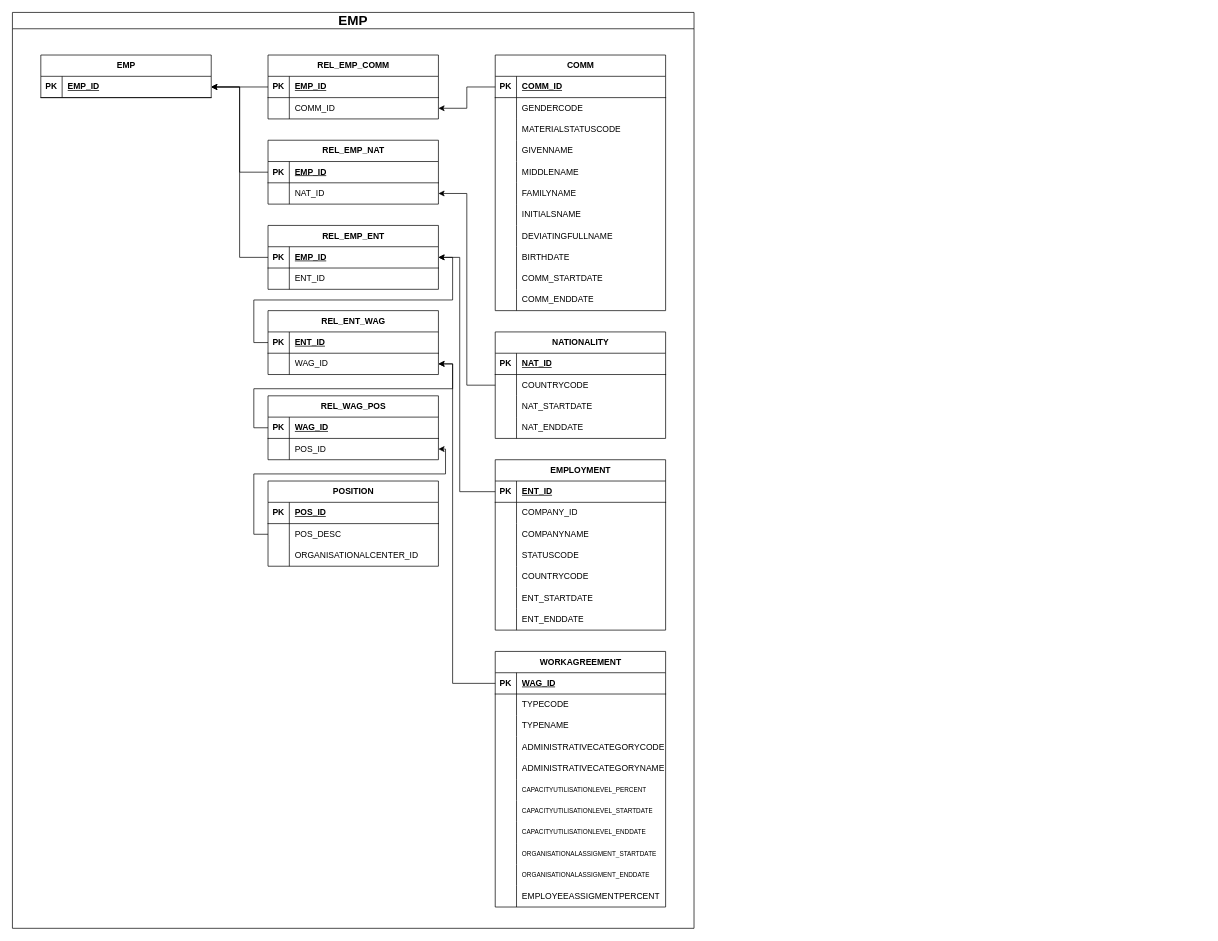
Before: page "DDS" (2 of 2) of HR_dataflow.drawio.xml in NEgorE/I1_CSC, a draw.io diagram. Source tidied: cells renumbered, new cells numbered last; positions are measured from the earlier drawing's top-left corner, leaving out a move shared by most shapes. Both pictures are drawn from the tidied source at 71%, with x=0, y=0 at pixel (12, 12).
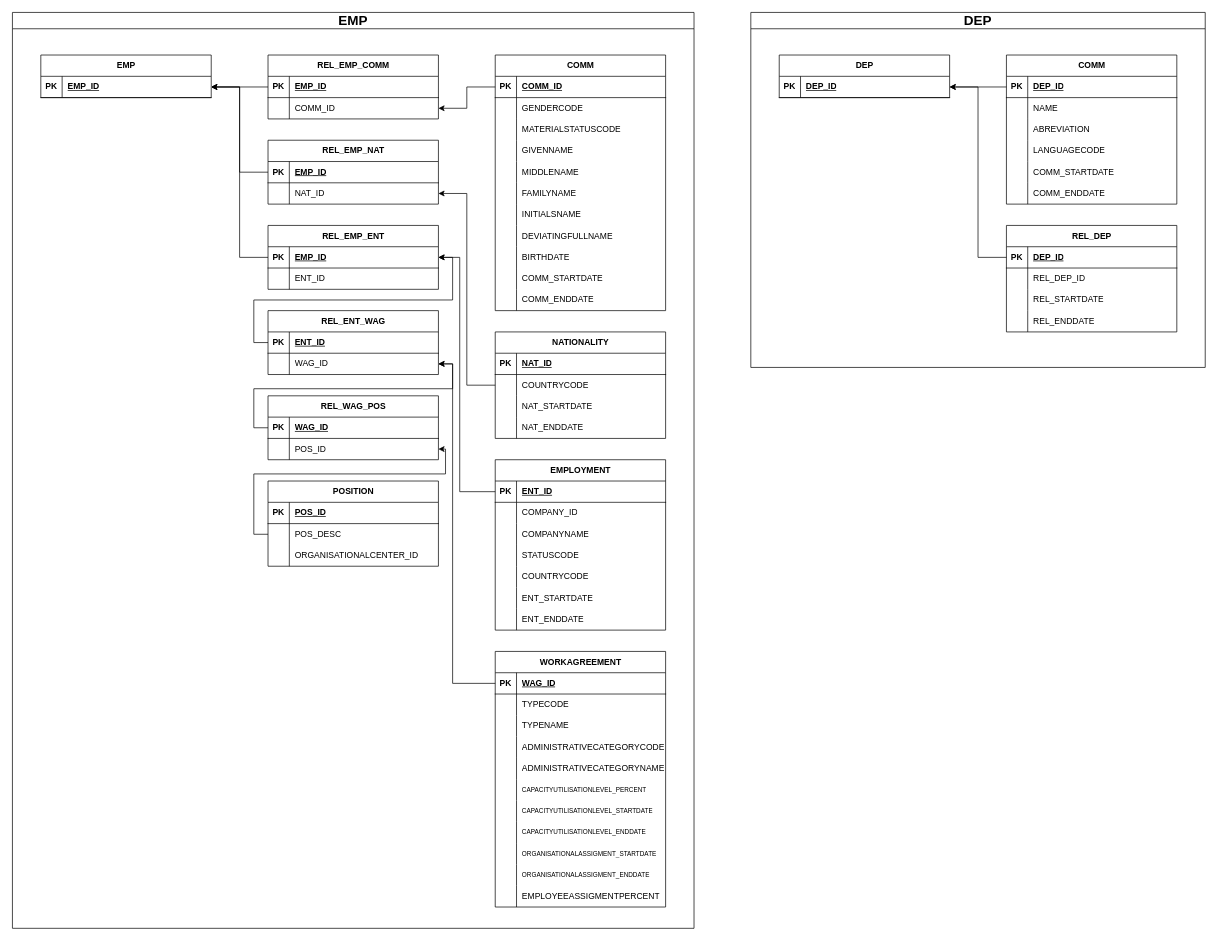
The same diagram, later.

Diff of the diagram source:
```diff
@@
+    <mxCell id="165" value="DEP" style="swimlane;whiteSpace=wrap;html=1;fontSize=19;startSize=23;" parent="1" vertex="1">
+      <mxGeometry x="1040" width="640" height="500" as="geometry" />
+    </mxCell>
+    <mxCell id="166" value="DEP" style="shape=table;startSize=30;childLayout=tableLayout;rowLines=0;fontStyle=1;align=center;html=1;" parent="165" vertex="1">
+      <mxGeometry x="40" y="60" width="240" height="60" as="geometry" />
+    </mxCell>
+    <mxCell id="167" style="shape=tableRow;horizontal=0;startSize=0;swimlaneHead=0;swimlaneBody=0;fillColor=none;points=[[0,0.5],[1,0.5]];portConstraint=eastwest;top=0;left=0;right=0;bottom=1;" parent="166" vertex="1">
+      <mxGeometry y="30" width="240" height="30" as="geometry" />
+    </mxCell>
+    <mxCell id="168" value="PK" style="shape=partialRectangle;fillColor=none;top=0;left=0;bottom=0;right=0;fontStyle=1;overflow=hidden;whiteSpace=wrap;html=1;" parent="167" vertex="1">
+      <mxGeometry width="30" height="30" as="geometry" />
+    </mxCell>
+    <mxCell id="169" value="DEP_ID" style="shape=partialRectangle;fillColor=none;top=0;left=0;bottom=0;right=0;align=left;spacingLeft=6;fontStyle=5;overflow=hidden;whiteSpace=wrap;html=1;" parent="167" vertex="1">
+      <mxGeometry x="30" width="210" height="30" as="geometry" />
+    </mxCell>
+    <mxCell id="170" value="COMM" style="shape=table;startSize=30;childLayout=tableLayout;rowLines=0;fontStyle=1;align=center;html=1;" parent="165" vertex="1">
+      <mxGeometry x="360" y="60" width="240" height="210" as="geometry" />
+    </mxCell>
+    <mxCell id="171" style="shape=tableRow;horizontal=0;startSize=0;swimlaneHead=0;swimlaneBody=0;fillColor=none;points=[[0,0.5],[1,0.5]];portConstraint=eastwest;top=0;left=0;right=0;bottom=1;" parent="170" vertex="1">
+      <mxGeometry y="30" width="240" height="30" as="geometry" />
+    </mxCell>
+    <mxCell id="172" value="PK" style="shape=partialRectangle;fillColor=none;top=0;left=0;bottom=0;right=0;fontStyle=1;overflow=hidden;whiteSpace=wrap;html=1;" parent="171" vertex="1">
+      <mxGeometry width="30" height="30" as="geometry" />
+    </mxCell>
+    <mxCell id="173" value="DEP_ID" style="shape=partialRectangle;fillColor=none;top=0;left=0;bottom=0;right=0;align=left;spacingLeft=6;fontStyle=5;overflow=hidden;whiteSpace=wrap;html=1;" parent="171" vertex="1">
+      <mxGeometry x="30" width="210" height="30" as="geometry" />
+    </mxCell>
+    <mxCell id="174" style="shape=tableRow;horizontal=0;startSize=0;swimlaneHead=0;swimlaneBody=0;fillColor=none;top=0;left=0;right=0;bottom=0;" parent="170" vertex="1">
+      <mxGeometry y="60" width="240" height="30" as="geometry" />
+    </mxCell>
+    <mxCell id="175" style="shape=partialRectangle;fillColor=none;top=0;left=0;bottom=0;right=0;overflow=hidden;whiteSpace=wrap;html=1;" parent="174" vertex="1">
+      <mxGeometry width="30" height="30" as="geometry" />
+    </mxCell>
+    <mxCell id="176" value="NAME" style="shape=partialRectangle;fillColor=none;top=0;left=0;bottom=0;right=0;align=left;spacingLeft=6;overflow=hidden;whiteSpace=wrap;html=1;" parent="174" vertex="1">
+      <mxGeometry x="30" width="210" height="30" as="geometry" />
+    </mxCell>
+    <mxCell id="177" style="shape=tableRow;horizontal=0;startSize=0;swimlaneHead=0;swimlaneBody=0;fillColor=none;top=0;left=0;right=0;bottom=0;" parent="170" vertex="1">
+      <mxGeometry y="90" width="240" height="30" as="geometry" />
+    </mxCell>
+    <mxCell id="178" style="shape=partialRectangle;fillColor=none;top=0;left=0;bottom=0;right=0;overflow=hidden;whiteSpace=wrap;html=1;" parent="177" vertex="1">
+      <mxGeometry width="30" height="30" as="geometry" />
+    </mxCell>
+    <mxCell id="179" value="ABREVIATION" style="shape=partialRectangle;fillColor=none;top=0;left=0;bottom=0;right=0;align=left;spacingLeft=6;overflow=hidden;whiteSpace=wrap;html=1;" parent="177" vertex="1">
+      <mxGeometry x="30" width="210" height="30" as="geometry" />
+    </mxCell>
+    <mxCell id="180" style="shape=tableRow;horizontal=0;startSize=0;swimlaneHead=0;swimlaneBody=0;fillColor=none;top=0;left=0;right=0;bottom=0;" parent="170" vertex="1">
+      <mxGeometry y="120" width="240" height="30" as="geometry" />
+    </mxCell>
+    <mxCell id="181" style="shape=partialRectangle;fillColor=none;top=0;left=0;bottom=0;right=0;overflow=hidden;whiteSpace=wrap;html=1;" parent="180" vertex="1">
+      <mxGeometry width="30" height="30" as="geometry" />
+    </mxCell>
+    <mxCell id="182" value="LANGUAGECODE" style="shape=partialRectangle;fillColor=none;top=0;left=0;bottom=0;right=0;align=left;spacingLeft=6;overflow=hidden;whiteSpace=wrap;html=1;" parent="180" vertex="1">
+      <mxGeometry x="30" width="210" height="30" as="geometry" />
+    </mxCell>
+    <mxCell id="183" style="shape=tableRow;horizontal=0;startSize=0;swimlaneHead=0;swimlaneBody=0;fillColor=none;top=0;left=0;right=0;bottom=0;" parent="170" vertex="1">
+      <mxGeometry y="150" width="240" height="30" as="geometry" />
+    </mxCell>
+    <mxCell id="184" style="shape=partialRectangle;fillColor=none;top=0;left=0;bottom=0;right=0;overflow=hidden;whiteSpace=wrap;html=1;" parent="183" vertex="1">
+      <mxGeometry width="30" height="30" as="geometry" />
+    </mxCell>
+    <mxCell id="185" value="COMM_STARTDATE" style="shape=partialRectangle;fillColor=none;top=0;left=0;bottom=0;right=0;align=left;spacingLeft=6;overflow=hidden;whiteSpace=wrap;html=1;" parent="183" vertex="1">
+      <mxGeometry x="30" width="210" height="30" as="geometry" />
+    </mxCell>
+    <mxCell id="186" style="shape=tableRow;horizontal=0;startSize=0;swimlaneHead=0;swimlaneBody=0;fillColor=none;top=0;left=0;right=0;bottom=0;" parent="170" vertex="1">
+      <mxGeometry y="180" width="240" height="30" as="geometry" />
+    </mxCell>
+    <mxCell id="187" style="shape=partialRectangle;fillColor=none;top=0;left=0;bottom=0;right=0;overflow=hidden;whiteSpace=wrap;html=1;" parent="186" vertex="1">
+      <mxGeometry width="30" height="30" as="geometry" />
+    </mxCell>
+    <mxCell id="188" value="COMM_ENDDATE" style="shape=partialRectangle;fillColor=none;top=0;left=0;bottom=0;right=0;align=left;spacingLeft=6;overflow=hidden;whiteSpace=wrap;html=1;" parent="186" vertex="1">
+      <mxGeometry x="30" width="210" height="30" as="geometry" />
+    </mxCell>
+    <mxCell id="189" value="REL_DEP" style="shape=table;startSize=30;childLayout=tableLayout;rowLines=0;fontStyle=1;align=center;html=1;" parent="165" vertex="1">
+      <mxGeometry x="360" y="300" width="240" height="150" as="geometry" />
+    </mxCell>
+    <mxCell id="190" style="shape=tableRow;horizontal=0;startSize=0;swimlaneHead=0;swimlaneBody=0;fillColor=none;points=[[0,0.5],[1,0.5]];portConstraint=eastwest;top=0;left=0;right=0;bottom=1;" parent="189" vertex="1">
+      <mxGeometry y="30" width="240" height="30" as="geometry" />
+    </mxCell>
+    <mxCell id="191" value="PK" style="shape=partialRectangle;fillColor=none;top=0;left=0;bottom=0;right=0;fontStyle=1;overflow=hidden;whiteSpace=wrap;html=1;" parent="190" vertex="1">
+      <mxGeometry width="30" height="30" as="geometry" />
+    </mxCell>
+    <mxCell id="192" value="DEP_ID" style="shape=partialRectangle;fillColor=none;top=0;left=0;bottom=0;right=0;align=left;spacingLeft=6;fontStyle=5;overflow=hidden;whiteSpace=wrap;html=1;" parent="190" vertex="1">
+      <mxGeometry x="30" width="210" height="30" as="geometry" />
+    </mxCell>
+    <mxCell id="193" style="shape=tableRow;horizontal=0;startSize=0;swimlaneHead=0;swimlaneBody=0;fillColor=none;top=0;left=0;right=0;bottom=0;" parent="189" vertex="1">
+      <mxGeometry y="60" width="240" height="30" as="geometry" />
+    </mxCell>
+    <mxCell id="194" style="shape=partialRectangle;fillColor=none;top=0;left=0;bottom=0;right=0;overflow=hidden;whiteSpace=wrap;html=1;" parent="193" vertex="1">
+      <mxGeometry width="30" height="30" as="geometry" />
+    </mxCell>
+    <mxCell id="195" value="REL_DEP_ID" style="shape=partialRectangle;fillColor=none;top=0;left=0;bottom=0;right=0;align=left;spacingLeft=6;overflow=hidden;whiteSpace=wrap;html=1;" parent="193" vertex="1">
+      <mxGeometry x="30" width="210" height="30" as="geometry" />
+    </mxCell>
+    <mxCell id="196" style="shape=tableRow;horizontal=0;startSize=0;swimlaneHead=0;swimlaneBody=0;fillColor=none;top=0;left=0;right=0;bottom=0;" parent="189" vertex="1">
+      <mxGeometry y="90" width="240" height="30" as="geometry" />
+    </mxCell>
+    <mxCell id="197" style="shape=partialRectangle;fillColor=none;top=0;left=0;bottom=0;right=0;overflow=hidden;whiteSpace=wrap;html=1;" parent="196" vertex="1">
+      <mxGeometry width="30" height="30" as="geometry" />
+    </mxCell>
+    <mxCell id="198" value="REL_STARTDATE" style="shape=partialRectangle;fillColor=none;top=0;left=0;bottom=0;right=0;align=left;spacingLeft=6;overflow=hidden;whiteSpace=wrap;html=1;" parent="196" vertex="1">
+      <mxGeometry x="30" width="210" height="30" as="geometry" />
+    </mxCell>
+    <mxCell id="199" style="shape=tableRow;horizontal=0;startSize=0;swimlaneHead=0;swimlaneBody=0;fillColor=none;top=0;left=0;right=0;bottom=0;" parent="189" vertex="1">
+      <mxGeometry y="120" width="240" height="30" as="geometry" />
+    </mxCell>
+    <mxCell id="200" style="shape=partialRectangle;fillColor=none;top=0;left=0;bottom=0;right=0;overflow=hidden;whiteSpace=wrap;html=1;" parent="199" vertex="1">
+      <mxGeometry width="30" height="30" as="geometry" />
+    </mxCell>
+    <mxCell id="201" value="REL_ENDDATE" style="shape=partialRectangle;fillColor=none;top=0;left=0;bottom=0;right=0;align=left;spacingLeft=6;overflow=hidden;whiteSpace=wrap;html=1;" parent="199" vertex="1">
+      <mxGeometry x="30" width="210" height="30" as="geometry" />
+    </mxCell>
+    <mxCell id="202" style="edgeStyle=orthogonalEdgeStyle;rounded=0;jettySize=auto;html=1;entryX=1;entryY=0.5;entryDx=0;entryDy=0;" parent="165" edge="1" source="171" target="167">
+      <mxGeometry relative="1" as="geometry" />
+    </mxCell>
+    <mxCell id="203" style="edgeStyle=orthogonalEdgeStyle;rounded=0;jettySize=auto;html=1;entryX=1;entryY=0.5;entryDx=0;entryDy=0;" parent="165" edge="1" source="190" target="167">
+      <mxGeometry relative="1" as="geometry" />
+    </mxCell>
```
